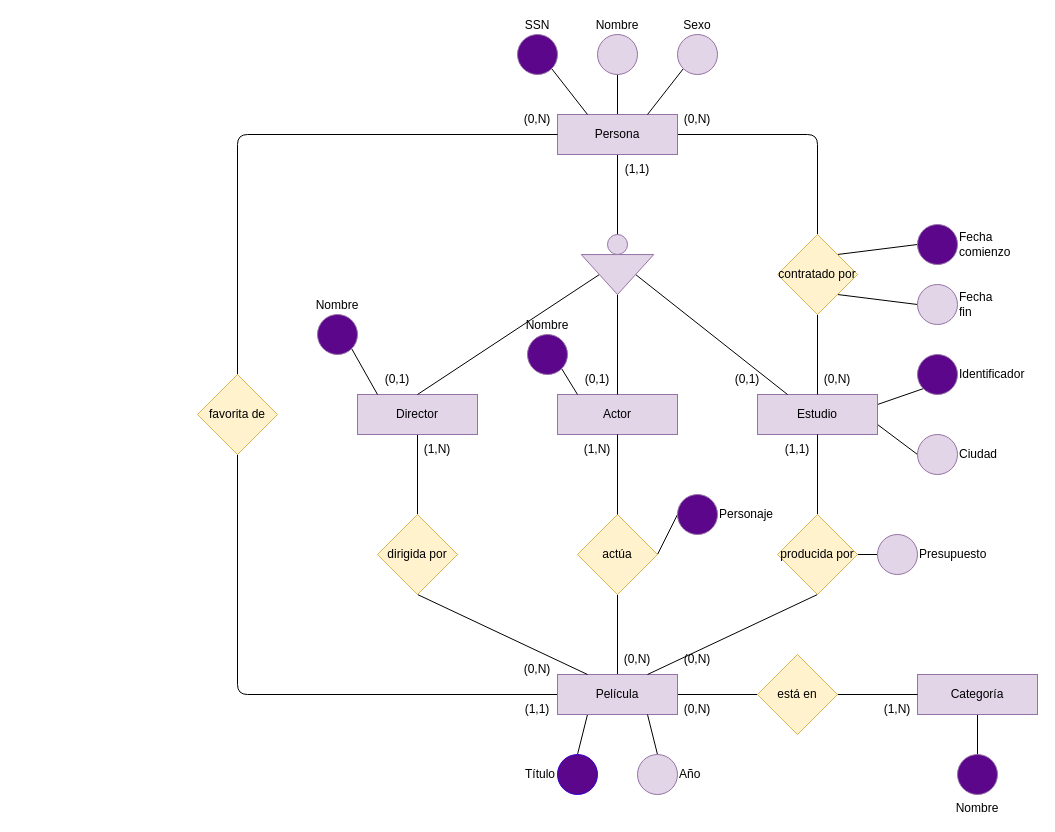
Before: relational-models/problems/films.drawio in ull-cs/adbd, a draw.io diagram. Source tidied: cells renumbered, new cells numbered last; positions are measured from the earlier drawing's top-left corner, leaving out a move shared by most shapes. Both pictures are drawn from the tidied source at 100%, with x=0, y=0 at pixel (197, 34).
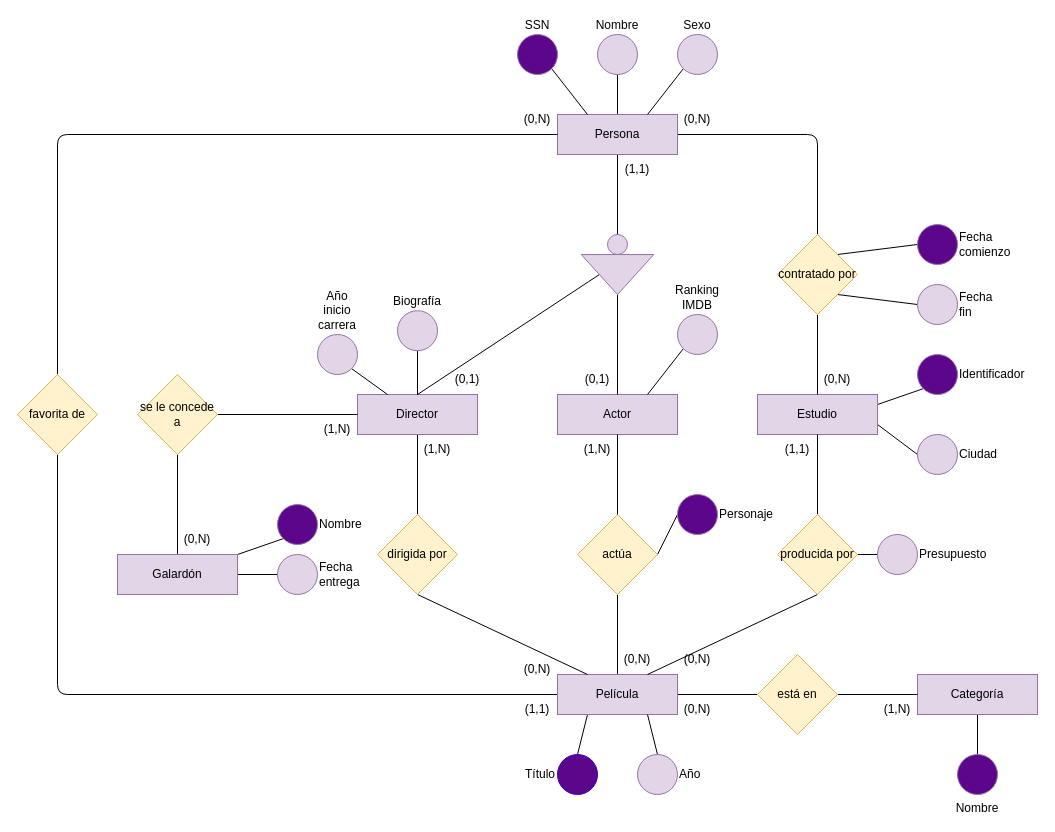
Above is the later version.

Unchanged cells that the change refers to:
```xml
<mxCell id="6" value="Persona" style="rounded=0;whiteSpace=wrap;html=1;fillColor=#e1d5e7;strokeColor=#9673a6;" parent="1" vertex="1">
  <mxGeometry x="360" y="80" width="120" height="40" as="geometry" />
</mxCell>
<mxCell id="13" value="Película" style="rounded=0;whiteSpace=wrap;html=1;fillColor=#e1d5e7;strokeColor=#9673a6;" parent="1" vertex="1">
  <mxGeometry x="360" y="640" width="120" height="40" as="geometry" />
</mxCell>
<mxCell id="16" value="Actor" style="rounded=0;whiteSpace=wrap;html=1;fillColor=#e1d5e7;strokeColor=#9673a6;" parent="1" vertex="1">
  <mxGeometry x="360" y="360" width="120" height="40" as="geometry" />
</mxCell>
<mxCell id="41" value="Director" style="rounded=0;whiteSpace=wrap;html=1;fillColor=#e1d5e7;strokeColor=#9673a6;" parent="1" vertex="1">
  <mxGeometry x="160" y="360" width="120" height="40" as="geometry" />
</mxCell>
<mxCell id="42" value="Estudio" style="rounded=0;whiteSpace=wrap;html=1;fillColor=#e1d5e7;strokeColor=#9673a6;" parent="1" vertex="1">
  <mxGeometry x="560" y="360" width="120" height="40" as="geometry" />
</mxCell>
<mxCell id="51" style="triangle;whiteSpace=wrap;html=1;fillColor=#e1d5e7;rotation=90;strokeColor=#9673a6;" parent="1" vertex="1">
  <mxGeometry x="400" y="203.8" width="40" height="72.5" as="geometry" />
</mxCell>
<mxCell id="56" value="(0,1)" style="text;html=1;strokeColor=none;fillColor=none;align=center;verticalAlign=middle;whiteSpace=wrap;rounded=0;" parent="1" vertex="1">
  <mxGeometry x="380" y="330" width="40" height="30" as="geometry" />
</mxCell>
```

Diff of the diagram source:
```diff
@@
     <mxCell id="12" style="edgeStyle=none;html=1;exitX=0;exitY=0.5;exitDx=0;exitDy=0;entryX=0.5;entryY=1;entryDx=0;entryDy=0;endArrow=none;endFill=0;" parent="1" edge="1" source="13" target="68">
       <mxGeometry relative="1" as="geometry">
         <Array as="points">
-          <mxPoint x="40" y="660" />
+          <mxPoint x="-140" y="660" />
         </Array>
       </mxGeometry>
     </mxCell>
@@
-    <mxCell id="50" style="edgeStyle=none;html=1;exitX=0.5;exitY=0;exitDx=0;exitDy=0;entryX=0.25;entryY=0;entryDx=0;entryDy=0;endArrow=none;endFill=0;" parent="1" edge="1" source="51" target="42">
-      <mxGeometry relative="1" as="geometry" />
-    </mxCell>
@@
-    <mxCell id="54" value="(0,1)" style="text;html=1;strokeColor=none;fillColor=none;align=center;verticalAlign=middle;whiteSpace=wrap;rounded=0;" parent="1" vertex="1">
-      <mxGeometry x="530" y="330" width="40" height="30" as="geometry" />
-    </mxCell>
     <mxCell id="55" value="(0,1)" style="text;html=1;strokeColor=none;fillColor=none;align=center;verticalAlign=middle;whiteSpace=wrap;rounded=0;" parent="1" vertex="1">
-      <mxGeometry x="180" y="330" width="40" height="30" as="geometry" />
+      <mxGeometry x="250" y="330" width="40" height="30" as="geometry" />
     </mxCell>
@@
-    <mxCell id="57" style="edgeStyle=none;html=1;exitX=1;exitY=1;exitDx=0;exitDy=0;entryX=0;entryY=1;entryDx=0;entryDy=0;endArrow=none;endFill=0;" parent="1" edge="1" source="58" target="56">
+    <mxCell id="57" style="edgeStyle=none;html=1;exitX=0;exitY=1;exitDx=0;exitDy=0;entryX=0.75;entryY=0;entryDx=0;entryDy=0;endArrow=none;endFill=0;" parent="1" edge="1" source="58" target="16">
       <mxGeometry relative="1" as="geometry" />
     </mxCell>
-    <mxCell id="58" value="Nombre" style="ellipse;whiteSpace=wrap;html=1;fillColor=#5C068C;strokeColor=#9673a6;verticalAlign=bottom;labelPosition=center;verticalLabelPosition=top;align=center;" parent="1" vertex="1">
-      <mxGeometry x="330" y="300" width="40" height="40" as="geometry" />
+    <mxCell id="58" value="Ranking IMDB" style="ellipse;whiteSpace=wrap;html=1;fillColor=#e1d5e7;strokeColor=#9673a6;verticalAlign=bottom;labelPosition=center;verticalLabelPosition=top;align=center;" parent="1" vertex="1">
+      <mxGeometry x="480" y="280" width="40" height="40" as="geometry" />
     </mxCell>
-    <mxCell id="59" style="edgeStyle=none;html=1;exitX=1;exitY=1;exitDx=0;exitDy=0;entryX=0;entryY=1;entryDx=0;entryDy=0;endArrow=none;endFill=0;" parent="1" edge="1" source="60" target="55">
+    <mxCell id="59" style="edgeStyle=none;html=1;exitX=1;exitY=1;exitDx=0;exitDy=0;entryX=0.25;entryY=0;entryDx=0;entryDy=0;endArrow=none;endFill=0;" parent="1" edge="1" source="60" target="41">
       <mxGeometry relative="1" as="geometry" />
     </mxCell>
-    <mxCell id="60" value="Nombre" style="ellipse;whiteSpace=wrap;html=1;fillColor=#5C068C;strokeColor=#9673a6;verticalAlign=bottom;labelPosition=center;verticalLabelPosition=top;align=center;" parent="1" vertex="1">
-      <mxGeometry x="120" y="280" width="40" height="40" as="geometry" />
+    <mxCell id="60" value="Año inicio carrera" style="ellipse;whiteSpace=wrap;html=1;fillColor=#e1d5e7;strokeColor=#9673a6;verticalAlign=bottom;labelPosition=center;verticalLabelPosition=top;align=center;" parent="1" vertex="1">
+      <mxGeometry x="120" y="300" width="40" height="40" as="geometry" />
     </mxCell>
@@
     <mxCell id="67" style="edgeStyle=none;html=1;exitX=0.5;exitY=0;exitDx=0;exitDy=0;entryX=0;entryY=0.5;entryDx=0;entryDy=0;endArrow=none;endFill=0;" parent="1" edge="1" source="68" target="6">
       <mxGeometry relative="1" as="geometry">
         <Array as="points">
-          <mxPoint x="40" y="100" />
+          <mxPoint x="-140" y="100" />
         </Array>
       </mxGeometry>
     </mxCell>
     <mxCell id="68" value="favorita de" style="rhombus;whiteSpace=wrap;html=1;fillColor=#fff2cc;strokeColor=#d6b656;" parent="1" vertex="1">
-      <mxGeometry y="340" width="80" height="80" as="geometry" />
+      <mxGeometry x="-180" y="340" width="80" height="80" as="geometry" />
     </mxCell>
@@
+    <mxCell id="77" style="edgeStyle=none;html=1;exitX=0.5;exitY=1;exitDx=0;exitDy=0;entryX=0.5;entryY=0;entryDx=0;entryDy=0;endArrow=none;endFill=0;" parent="1" edge="1" source="78" target="41">
+      <mxGeometry relative="1" as="geometry" />
+    </mxCell>
+    <mxCell id="78" value="Biografía" style="ellipse;whiteSpace=wrap;html=1;fillColor=#e1d5e7;strokeColor=#9673a6;verticalAlign=bottom;labelPosition=center;verticalLabelPosition=top;align=center;" parent="1" vertex="1">
+      <mxGeometry x="200" y="276.2" width="40" height="40" as="geometry" />
+    </mxCell>
+    <mxCell id="79" style="edgeStyle=none;html=1;exitX=0.5;exitY=0;exitDx=0;exitDy=0;entryX=0.5;entryY=1;entryDx=0;entryDy=0;endArrow=none;endFill=0;" parent="1" edge="1" source="82" target="84">
+      <mxGeometry relative="1" as="geometry" />
+    </mxCell>
+    <mxCell id="80" style="edgeStyle=none;html=1;exitX=1;exitY=0.5;exitDx=0;exitDy=0;entryX=0;entryY=0.5;entryDx=0;entryDy=0;endArrow=none;endFill=0;" parent="1" edge="1" source="82" target="87">
+      <mxGeometry relative="1" as="geometry" />
+    </mxCell>
+    <mxCell id="81" style="edgeStyle=none;html=1;exitX=1;exitY=0;exitDx=0;exitDy=0;entryX=0;entryY=1;entryDx=0;entryDy=0;endArrow=none;endFill=0;" parent="1" edge="1" source="82" target="88">
+      <mxGeometry relative="1" as="geometry" />
+    </mxCell>
+    <mxCell id="82" value="Galardón" style="rounded=0;whiteSpace=wrap;html=1;fillColor=#e1d5e7;strokeColor=#9673a6;" parent="1" vertex="1">
+      <mxGeometry x="-80" y="520" width="120" height="40" as="geometry" />
+    </mxCell>
+    <mxCell id="83" style="edgeStyle=none;html=1;exitX=1;exitY=0.5;exitDx=0;exitDy=0;entryX=0;entryY=0.5;entryDx=0;entryDy=0;endArrow=none;endFill=0;" parent="1" edge="1" source="84" target="41">
+      <mxGeometry relative="1" as="geometry" />
+    </mxCell>
+    <mxCell id="84" value="se le concede a" style="rhombus;whiteSpace=wrap;html=1;fillColor=#fff2cc;strokeColor=#d6b656;" parent="1" vertex="1">
+      <mxGeometry x="-60" y="340" width="80" height="80" as="geometry" />
+    </mxCell>
+    <mxCell id="85" value="(0,N)" style="text;html=1;strokeColor=none;fillColor=none;align=center;verticalAlign=middle;whiteSpace=wrap;rounded=0;" parent="1" vertex="1">
+      <mxGeometry x="-20" y="490" width="40" height="30" as="geometry" />
+    </mxCell>
+    <mxCell id="86" value="(1,N)" style="text;html=1;strokeColor=none;fillColor=none;align=center;verticalAlign=middle;whiteSpace=wrap;rounded=0;" parent="1" vertex="1">
+      <mxGeometry x="120" y="380" width="40" height="30" as="geometry" />
+    </mxCell>
+    <mxCell id="87" value="Fecha entrega" style="ellipse;whiteSpace=wrap;html=1;fillColor=#e1d5e7;strokeColor=#9673a6;verticalAlign=middle;labelPosition=right;verticalLabelPosition=middle;align=left;" parent="1" vertex="1">
+      <mxGeometry x="80" y="520" width="40" height="40" as="geometry" />
+    </mxCell>
+    <mxCell id="88" value="Nombre" style="ellipse;whiteSpace=wrap;html=1;fillColor=#5C068C;strokeColor=#9673a6;verticalAlign=middle;labelPosition=right;verticalLabelPosition=middle;align=left;" parent="1" vertex="1">
+      <mxGeometry x="80" y="470" width="40" height="40" as="geometry" />
+    </mxCell>
```
